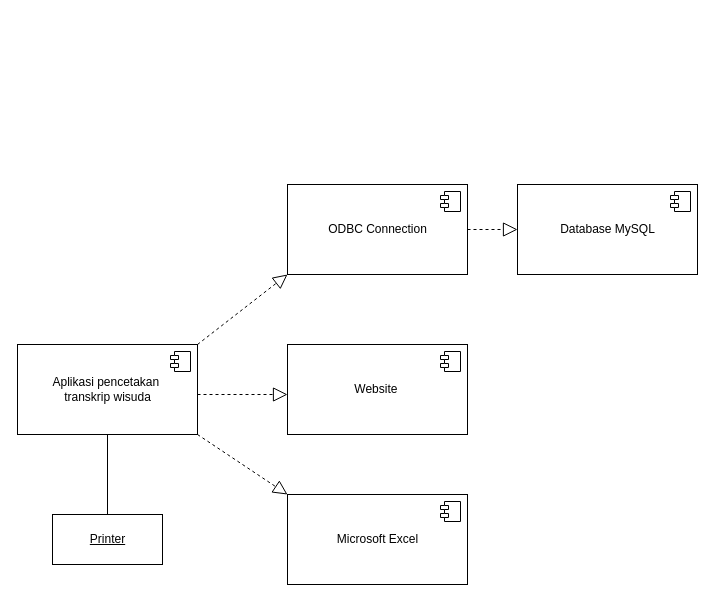
Above: page "Pemodelan Arsitektur - Component Diagram" (7 of 8) of SIAKAD ERD.drawio in RidhoAnshory/drawiocloud (draw.io), before the change. Source tidied: cells renumbered, new cells numbered last; positions are measured from the earlier drawing's top-left corner, leaving out a move shared by most shapes. Both pictures are drawn from the tidied source at 100%, with x=0, y=0 at pixel (17, 184).
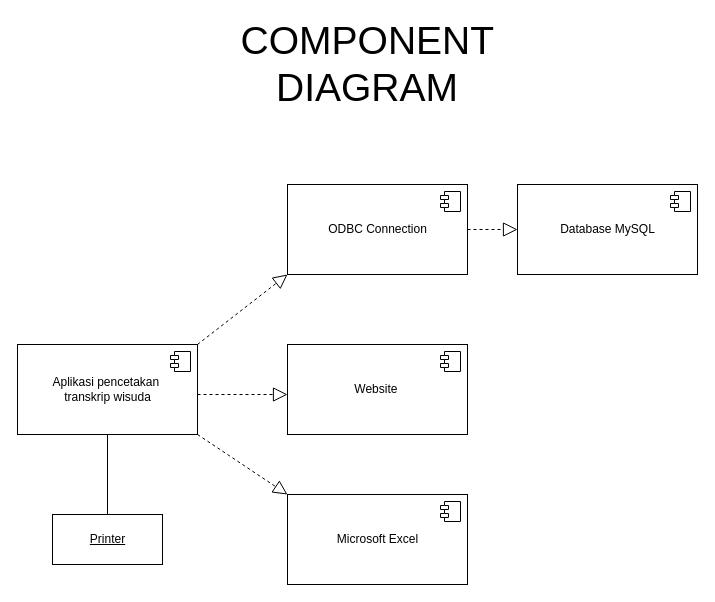
The same diagram, later.

Commit message:
Update Deployment Diagram

Change to the diagram source:
```diff
@@
+    <mxCell id="18" value="&lt;font style=&quot;font-size: 39px&quot;&gt;COMPONENT DIAGRAM&lt;/font&gt;" style="text;html=1;strokeColor=none;fillColor=none;align=center;verticalAlign=middle;whiteSpace=wrap;rounded=0;" parent="1" vertex="1">
+      <mxGeometry x="330" y="-130" width="40" height="20" as="geometry" />
+    </mxCell>
```
